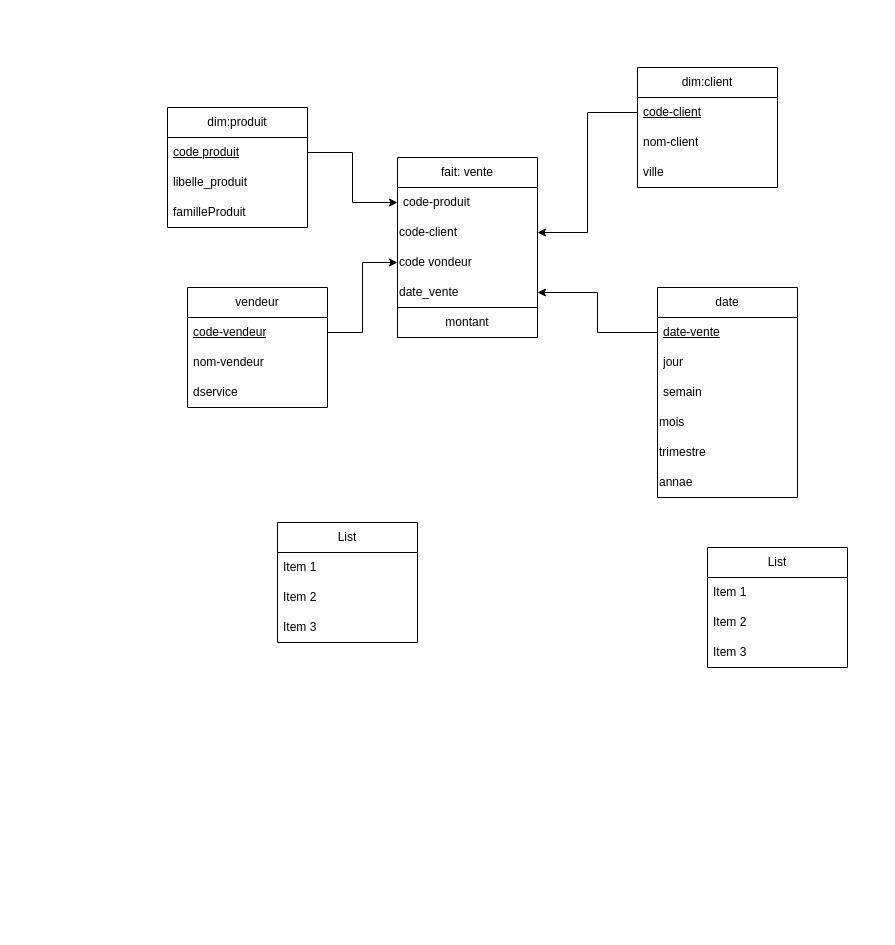
2356JOUHAYNA/test keeps this draw.io diagram as tp1.drawio. Above is the earlier version. Source tidied: cells renumbered, new cells numbered last; positions are measured from the earlier drawing's top-left corner, leaving out a move shared by most shapes. Both pictures are drawn from the tidied source at 100%, with x=0, y=0 at pixel (167, 67).
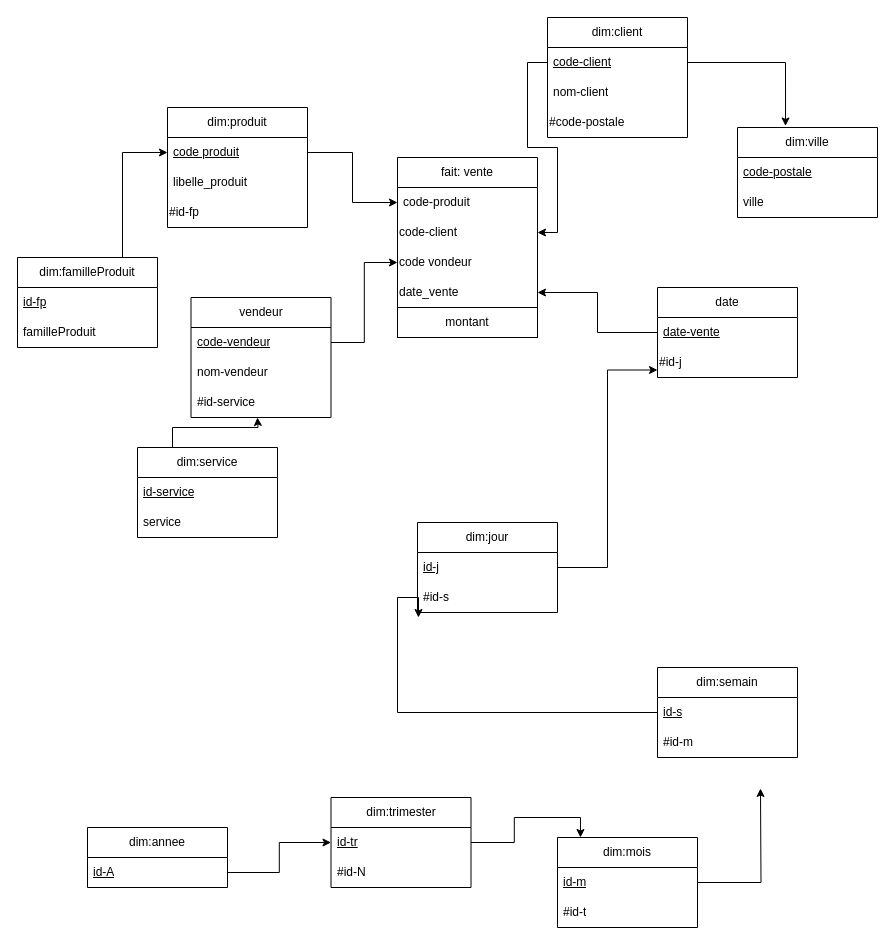
After the change.

The change refers to these unchanged cells:
```xml
<mxCell id="8" value="dim:produit" style="swimlane;fontStyle=0;horizontal=1;startSize=30;whiteSpace=wrap;html=1;" parent="1" vertex="1">
  <mxGeometry y="40" width="140" height="120" as="geometry" />
</mxCell>
<mxCell id="9" value="&lt;u&gt;code produit&lt;/u&gt;" style="text;strokeColor=none;fillColor=none;align=left;verticalAlign=middle;spacingLeft=4;spacingRight=4;overflow=hidden;points=[[0,0.5],[1,0.5]];portConstraint=eastwest;whiteSpace=wrap;html=1;" parent="8" vertex="1">
  <mxGeometry y="30" width="140" height="30" as="geometry" />
</mxCell>
<mxCell id="13" value="&lt;u&gt;code-client&lt;/u&gt;" style="text;strokeColor=none;fillColor=none;align=left;verticalAlign=middle;spacingLeft=4;spacingRight=4;overflow=hidden;points=[[0,0.5],[1,0.5]];portConstraint=eastwest;whiteSpace=wrap;html=1;" parent="12" vertex="1">
  <mxGeometry y="30" width="140" height="30" as="geometry" />
</mxCell>
```

Diff of the diagram source:
```diff
@@
-    <mxCell id="11" value="familleProduit" style="text;strokeColor=none;fillColor=none;align=left;verticalAlign=middle;spacingLeft=4;spacingRight=4;overflow=hidden;whiteSpace=wrap;html=1;" parent="8" vertex="1">
-      <mxGeometry y="90" width="140" height="30" as="geometry" />
-    </mxCell>
+    <mxCell id="39" value="#id-fp" style="text;html=1;align=left;verticalAlign=middle;whiteSpace=wrap;rounded=0;" parent="8" vertex="1">
+      <mxGeometry y="90" width="140" height="30" as="geometry" />
+    </mxCell>
     <mxCell id="12" value="dim:client" style="swimlane;fontStyle=0;horizontal=1;startSize=30;whiteSpace=wrap;html=1;" parent="1" vertex="1">
-      <mxGeometry x="470" width="140" height="120" as="geometry" />
+      <mxGeometry x="380" y="-50" width="140" height="120" as="geometry" />
     </mxCell>
@@
-    <mxCell id="15" value="ville" style="text;strokeColor=none;fillColor=none;align=left;verticalAlign=middle;spacingLeft=4;spacingRight=4;overflow=hidden;whiteSpace=wrap;html=1;" parent="12" vertex="1">
-      <mxGeometry y="90" width="140" height="30" as="geometry" />
-    </mxCell>
+    <mxCell id="40" value="#code-postale" style="text;html=1;align=left;verticalAlign=middle;whiteSpace=wrap;rounded=0;" parent="12" vertex="1">
+      <mxGeometry y="90" width="140" height="30" as="geometry" />
+    </mxCell>
     <mxCell id="16" value="vendeur" style="swimlane;fontStyle=0;horizontal=1;startSize=30;whiteSpace=wrap;html=1;" parent="1" vertex="1">
-      <mxGeometry x="20" y="220" width="140" height="120" as="geometry" />
+      <mxGeometry x="23.5" y="230" width="140" height="120" as="geometry" />
     </mxCell>
@@
-    <mxCell id="19" value="dservice" style="text;strokeColor=none;fillColor=none;align=left;verticalAlign=middle;spacingLeft=4;spacingRight=4;overflow=hidden;whiteSpace=wrap;html=1;" parent="16" vertex="1">
+    <mxCell id="19" value="#id-service" style="text;strokeColor=none;fillColor=none;align=left;verticalAlign=middle;spacingLeft=4;spacingRight=4;overflow=hidden;whiteSpace=wrap;html=1;" parent="16" vertex="1">
       <mxGeometry y="90" width="140" height="30" as="geometry" />
     </mxCell>
     <mxCell id="20" value="date" style="swimlane;fontStyle=0;horizontal=1;startSize=30;whiteSpace=wrap;html=1;" parent="1" vertex="1">
-      <mxGeometry x="490" y="220" width="140" height="210" as="geometry" />
+      <mxGeometry x="490" y="220" width="140" height="90" as="geometry" />
     </mxCell>
@@
-    <mxCell id="22" value="jour" style="text;strokeColor=none;fillColor=none;align=left;verticalAlign=middle;spacingLeft=4;spacingRight=4;overflow=hidden;whiteSpace=wrap;html=1;" parent="20" vertex="1">
-      <mxGeometry y="60" width="140" height="30" as="geometry" />
-    </mxCell>
-    <mxCell id="23" value="semain" style="text;strokeColor=none;fillColor=none;align=left;verticalAlign=middle;spacingLeft=4;spacingRight=4;overflow=hidden;whiteSpace=wrap;html=1;" parent="20" vertex="1">
-      <mxGeometry y="90" width="140" height="30" as="geometry" />
-    </mxCell>
-    <mxCell id="24" value="mois" style="text;html=1;align=left;verticalAlign=middle;whiteSpace=wrap;rounded=0;" parent="20" vertex="1">
-      <mxGeometry y="120" width="140" height="30" as="geometry" />
-    </mxCell>
-    <mxCell id="25" value="trimestre" style="text;html=1;align=left;verticalAlign=middle;whiteSpace=wrap;rounded=0;" parent="20" vertex="1">
-      <mxGeometry y="150" width="140" height="30" as="geometry" />
-    </mxCell>
-    <mxCell id="26" value="annae" style="text;html=1;align=left;verticalAlign=middle;whiteSpace=wrap;rounded=0;" parent="20" vertex="1">
-      <mxGeometry y="180" width="140" height="30" as="geometry" />
+    <mxCell id="26" value="#id-j" style="text;html=1;align=left;verticalAlign=middle;whiteSpace=wrap;rounded=0;" parent="20" vertex="1">
+      <mxGeometry y="60" width="140" height="30" as="geometry" />
     </mxCell>
@@
-    <mxCell id="31" value="List" style="swimlane;fontStyle=0;horizontal=1;startSize=30;whiteSpace=wrap;html=1;" parent="1" vertex="1">
-      <mxGeometry x="540" y="480" width="140" height="120" as="geometry" />
+    <mxCell id="31" value="dim:trimester" style="swimlane;fontStyle=0;horizontal=1;startSize=30;whiteSpace=wrap;html=1;" parent="1" vertex="1">
+      <mxGeometry x="163.5" y="730" width="140" height="90" as="geometry" />
     </mxCell>
-    <mxCell id="32" value="Item 1" style="text;strokeColor=none;fillColor=none;align=left;verticalAlign=middle;spacingLeft=4;spacingRight=4;overflow=hidden;points=[[0,0.5],[1,0.5]];portConstraint=eastwest;whiteSpace=wrap;html=1;" parent="31" vertex="1">
+    <mxCell id="32" value="&lt;u&gt;id-tr&lt;/u&gt;" style="text;strokeColor=none;fillColor=none;align=left;verticalAlign=middle;spacingLeft=4;spacingRight=4;overflow=hidden;points=[[0,0.5],[1,0.5]];portConstraint=eastwest;whiteSpace=wrap;html=1;" parent="31" vertex="1">
       <mxGeometry y="30" width="140" height="30" as="geometry" />
     </mxCell>
-    <mxCell id="33" value="Item 2" style="text;strokeColor=none;fillColor=none;align=left;verticalAlign=middle;spacingLeft=4;spacingRight=4;overflow=hidden;whiteSpace=wrap;html=1;" parent="31" vertex="1">
+    <mxCell id="33" value="#id-N" style="text;strokeColor=none;fillColor=none;align=left;verticalAlign=middle;spacingLeft=4;spacingRight=4;overflow=hidden;whiteSpace=wrap;html=1;" parent="31" vertex="1">
       <mxGeometry y="60" width="140" height="30" as="geometry" />
     </mxCell>
-    <mxCell id="34" value="Item 3" style="text;strokeColor=none;fillColor=none;align=left;verticalAlign=middle;spacingLeft=4;spacingRight=4;overflow=hidden;whiteSpace=wrap;html=1;" parent="31" vertex="1">
-      <mxGeometry y="90" width="140" height="30" as="geometry" />
-    </mxCell>
-    <mxCell id="35" value="List" style="swimlane;fontStyle=0;horizontal=1;startSize=30;whiteSpace=wrap;html=1;" parent="1" vertex="1">
-      <mxGeometry x="110" y="455" width="140" height="120" as="geometry" />
+    <mxCell id="35" value="dim:mois" style="swimlane;fontStyle=0;horizontal=1;startSize=30;whiteSpace=wrap;html=1;" parent="1" vertex="1">
+      <mxGeometry x="390" y="770" width="140" height="90" as="geometry" />
     </mxCell>
-    <mxCell id="36" value="Item 1" style="text;strokeColor=none;fillColor=none;align=left;verticalAlign=middle;spacingLeft=4;spacingRight=4;overflow=hidden;points=[[0,0.5],[1,0.5]];portConstraint=eastwest;whiteSpace=wrap;html=1;" parent="35" vertex="1">
+    <mxCell id="36" value="&lt;u&gt;id-m&lt;/u&gt;" style="text;strokeColor=none;fillColor=none;align=left;verticalAlign=middle;spacingLeft=4;spacingRight=4;overflow=hidden;points=[[0,0.5],[1,0.5]];portConstraint=eastwest;whiteSpace=wrap;html=1;" parent="35" vertex="1">
       <mxGeometry y="30" width="140" height="30" as="geometry" />
     </mxCell>
-    <mxCell id="37" value="Item 2" style="text;strokeColor=none;fillColor=none;align=left;verticalAlign=middle;spacingLeft=4;spacingRight=4;overflow=hidden;whiteSpace=wrap;html=1;" parent="35" vertex="1">
+    <mxCell id="37" value="#id-t" style="text;strokeColor=none;fillColor=none;align=left;verticalAlign=middle;spacingLeft=4;spacingRight=4;overflow=hidden;whiteSpace=wrap;html=1;" parent="35" vertex="1">
       <mxGeometry y="60" width="140" height="30" as="geometry" />
     </mxCell>
-    <mxCell id="38" value="Item 3" style="text;strokeColor=none;fillColor=none;align=left;verticalAlign=middle;spacingLeft=4;spacingRight=4;overflow=hidden;whiteSpace=wrap;html=1;" parent="35" vertex="1">
-      <mxGeometry y="90" width="140" height="30" as="geometry" />
-    </mxCell>
+    <mxCell id="41" value="dim:semain" style="swimlane;fontStyle=0;horizontal=1;startSize=30;whiteSpace=wrap;html=1;" parent="1" vertex="1">
+      <mxGeometry x="490" y="600" width="140" height="90" as="geometry" />
+    </mxCell>
+    <mxCell id="42" value="&lt;u&gt;id-s&lt;/u&gt;" style="text;strokeColor=none;fillColor=none;align=left;verticalAlign=middle;spacingLeft=4;spacingRight=4;overflow=hidden;points=[[0,0.5],[1,0.5]];portConstraint=eastwest;whiteSpace=wrap;html=1;" parent="41" vertex="1">
+      <mxGeometry y="30" width="140" height="30" as="geometry" />
+    </mxCell>
+    <mxCell id="43" value="#id-m" style="text;strokeColor=none;fillColor=none;align=left;verticalAlign=middle;spacingLeft=4;spacingRight=4;overflow=hidden;whiteSpace=wrap;html=1;" parent="41" vertex="1">
+      <mxGeometry y="60" width="140" height="30" as="geometry" />
+    </mxCell>
+    <mxCell id="44" value="dim:jour" style="swimlane;fontStyle=0;horizontal=1;startSize=30;whiteSpace=wrap;html=1;" parent="1" vertex="1">
+      <mxGeometry x="250" y="455" width="140" height="90" as="geometry" />
+    </mxCell>
+    <mxCell id="45" value="&lt;u&gt;id-j&lt;/u&gt;" style="text;strokeColor=none;fillColor=none;align=left;verticalAlign=middle;spacingLeft=4;spacingRight=4;overflow=hidden;points=[[0,0.5],[1,0.5]];portConstraint=eastwest;whiteSpace=wrap;html=1;" parent="44" vertex="1">
+      <mxGeometry y="30" width="140" height="30" as="geometry" />
+    </mxCell>
+    <mxCell id="46" value="#id-s" style="text;strokeColor=none;fillColor=none;align=left;verticalAlign=middle;spacingLeft=4;spacingRight=4;overflow=hidden;points=[[0,0.5],[1,0.5]];portConstraint=eastwest;whiteSpace=wrap;html=1;" parent="44" vertex="1">
+      <mxGeometry y="60" width="140" height="30" as="geometry" />
+    </mxCell>
+    <mxCell id="47" value="dim:annee" style="swimlane;fontStyle=0;horizontal=1;startSize=30;whiteSpace=wrap;html=1;" parent="1" vertex="1">
+      <mxGeometry x="-80" y="760" width="140" height="60" as="geometry" />
+    </mxCell>
+    <mxCell id="48" value="&lt;u&gt;id-A&lt;/u&gt;" style="text;strokeColor=none;fillColor=none;align=left;verticalAlign=middle;spacingLeft=4;spacingRight=4;overflow=hidden;points=[[0,0.5],[1,0.5]];portConstraint=eastwest;whiteSpace=wrap;html=1;" parent="47" vertex="1">
+      <mxGeometry y="30" width="140" height="30" as="geometry" />
+    </mxCell>
+    <mxCell id="49" style="edgeStyle=orthogonalEdgeStyle;rounded=0;jettySize=auto;html=1;exitX=0.75;exitY=0;exitDx=0;exitDy=0;entryX=0;entryY=0.5;entryDx=0;entryDy=0;" parent="1" edge="1" source="50" target="9">
+      <mxGeometry relative="1" as="geometry" />
+    </mxCell>
+    <mxCell id="50" value="&lt;span style=&quot;text-align: left;&quot;&gt;dim:familleProduit&lt;/span&gt;" style="swimlane;fontStyle=0;horizontal=1;startSize=30;whiteSpace=wrap;html=1;" parent="1" vertex="1">
+      <mxGeometry x="-150" y="190" width="140" height="90" as="geometry" />
+    </mxCell>
+    <mxCell id="51" value="&lt;u&gt;id-fp&lt;/u&gt;" style="text;strokeColor=none;fillColor=none;align=left;verticalAlign=middle;spacingLeft=4;spacingRight=4;overflow=hidden;whiteSpace=wrap;html=1;" parent="50" vertex="1">
+      <mxGeometry y="30" width="140" height="30" as="geometry" />
+    </mxCell>
+    <mxCell id="11" value="familleProduit" style="text;strokeColor=none;fillColor=none;align=left;verticalAlign=middle;spacingLeft=4;spacingRight=4;overflow=hidden;whiteSpace=wrap;html=1;" parent="50" vertex="1">
+      <mxGeometry y="60" width="140" height="30" as="geometry" />
+    </mxCell>
+    <mxCell id="52" value="dim:ville" style="swimlane;fontStyle=0;horizontal=1;startSize=30;whiteSpace=wrap;html=1;" parent="1" vertex="1">
+      <mxGeometry x="570" y="60" width="140" height="90" as="geometry" />
+    </mxCell>
+    <mxCell id="53" value="&lt;u&gt;code-postale&lt;/u&gt;" style="text;strokeColor=none;fillColor=none;align=left;verticalAlign=middle;spacingLeft=4;spacingRight=4;overflow=hidden;whiteSpace=wrap;html=1;" parent="52" vertex="1">
+      <mxGeometry y="30" width="140" height="30" as="geometry" />
+    </mxCell>
+    <mxCell id="15" value="ville" style="text;strokeColor=none;fillColor=none;align=left;verticalAlign=middle;spacingLeft=4;spacingRight=4;overflow=hidden;whiteSpace=wrap;html=1;" parent="52" vertex="1">
+      <mxGeometry y="60" width="140" height="30" as="geometry" />
+    </mxCell>
+    <mxCell id="54" style="edgeStyle=orthogonalEdgeStyle;rounded=0;jettySize=auto;html=1;exitX=1;exitY=0.5;exitDx=0;exitDy=0;entryX=0.343;entryY=-0.017;entryDx=0;entryDy=0;entryPerimeter=0;" parent="1" edge="1" source="13" target="52">
+      <mxGeometry relative="1" as="geometry" />
+    </mxCell>
+    <mxCell id="55" style="edgeStyle=orthogonalEdgeStyle;rounded=0;jettySize=auto;html=1;exitX=1;exitY=0.5;exitDx=0;exitDy=0;entryX=0;entryY=0.75;entryDx=0;entryDy=0;" parent="1" edge="1" source="45" target="26">
+      <mxGeometry relative="1" as="geometry" />
+    </mxCell>
+    <mxCell id="56" style="edgeStyle=orthogonalEdgeStyle;rounded=0;jettySize=auto;html=1;exitX=0;exitY=0.5;exitDx=0;exitDy=0;entryX=0.007;entryY=1.167;entryDx=0;entryDy=0;entryPerimeter=0;" parent="1" edge="1" source="42" target="46">
+      <mxGeometry relative="1" as="geometry">
+        <Array as="points">
+          <mxPoint x="230" y="645" />
+          <mxPoint x="230" y="530" />
+          <mxPoint x="251" y="530" />
+        </Array>
+      </mxGeometry>
+    </mxCell>
+    <mxCell id="57" style="edgeStyle=orthogonalEdgeStyle;rounded=0;jettySize=auto;html=1;exitX=1;exitY=0.5;exitDx=0;exitDy=0;entryX=0.736;entryY=1.033;entryDx=0;entryDy=0;entryPerimeter=0;" parent="1" edge="1" source="36">
+      <mxGeometry relative="1" as="geometry">
+        <mxPoint x="593" y="721" as="targetPoint" />
+      </mxGeometry>
+    </mxCell>
+    <mxCell id="58" style="edgeStyle=orthogonalEdgeStyle;rounded=0;jettySize=auto;html=1;exitX=1;exitY=0.5;exitDx=0;exitDy=0;entryX=0.164;entryY=0;entryDx=0;entryDy=0;entryPerimeter=0;" parent="1" edge="1" source="32" target="35">
+      <mxGeometry relative="1" as="geometry" />
+    </mxCell>
+    <mxCell id="59" style="edgeStyle=orthogonalEdgeStyle;rounded=0;jettySize=auto;html=1;exitX=1;exitY=0.5;exitDx=0;exitDy=0;entryX=0;entryY=0.5;entryDx=0;entryDy=0;" parent="1" edge="1" source="48" target="32">
+      <mxGeometry relative="1" as="geometry" />
+    </mxCell>
+    <mxCell id="60" style="edgeStyle=orthogonalEdgeStyle;rounded=0;jettySize=auto;html=1;exitX=0.25;exitY=0;exitDx=0;exitDy=0;" parent="1" edge="1" source="61">
+      <mxGeometry relative="1" as="geometry">
+        <mxPoint x="90" y="350" as="targetPoint" />
+      </mxGeometry>
+    </mxCell>
+    <mxCell id="61" value="dim:service" style="swimlane;fontStyle=0;horizontal=1;startSize=30;whiteSpace=wrap;html=1;" parent="1" vertex="1">
+      <mxGeometry x="-30" y="380" width="140" height="90" as="geometry" />
+    </mxCell>
+    <mxCell id="62" value="&lt;u&gt;id-service&lt;/u&gt;" style="text;strokeColor=none;fillColor=none;align=left;verticalAlign=middle;spacingLeft=4;spacingRight=4;overflow=hidden;whiteSpace=wrap;html=1;" parent="61" vertex="1">
+      <mxGeometry y="30" width="140" height="30" as="geometry" />
+    </mxCell>
+    <mxCell id="63" value="service" style="text;strokeColor=none;fillColor=none;align=left;verticalAlign=middle;spacingLeft=4;spacingRight=4;overflow=hidden;whiteSpace=wrap;html=1;" parent="61" vertex="1">
+      <mxGeometry y="60" width="140" height="30" as="geometry" />
+    </mxCell>
```
